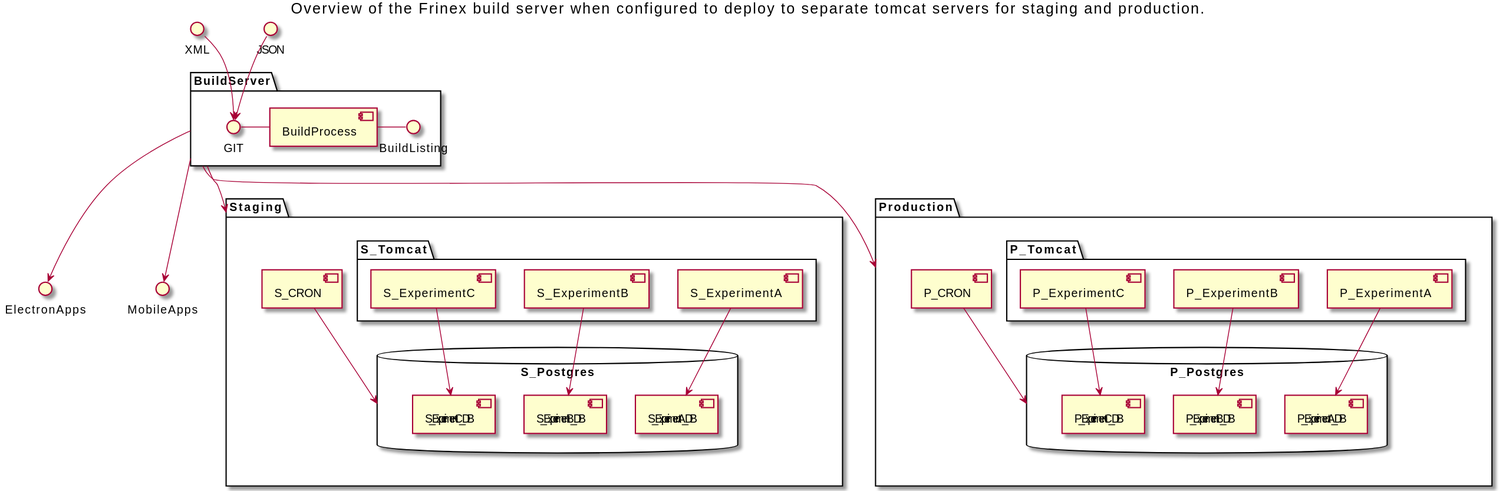
Earlier version of the PlantUML export src/main/uml/ServiceOverview.svg (MPI-ExperimentGroup/FrinexBuildService).
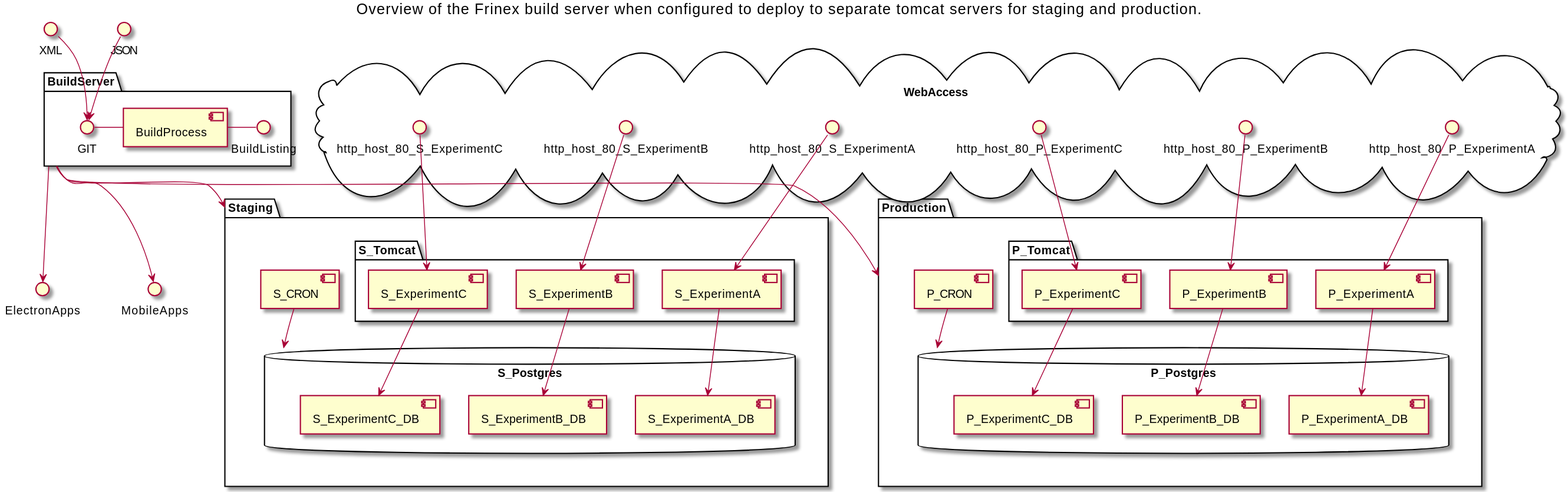
After the commit.

Commit message:
Added networking information to the UML diagrams.

Diff of the diagram source:
```diff
@@ -42,4 +42,14 @@
 
 BuildServer --> Staging
 BuildServer --> Production
+
+cloud WebAccess {
+  http_host_80_S_ExperimentA --> S_ExperimentA
+  http_host_80_S_ExperimentB --> S_ExperimentB
+  http_host_80_S_ExperimentC --> S_ExperimentC
+  http_host_80_P_ExperimentA --> P_ExperimentA
+  http_host_80_P_ExperimentB --> P_ExperimentB
+  http_host_80_P_ExperimentC --> P_ExperimentC
+}
+
 @enduml
```
